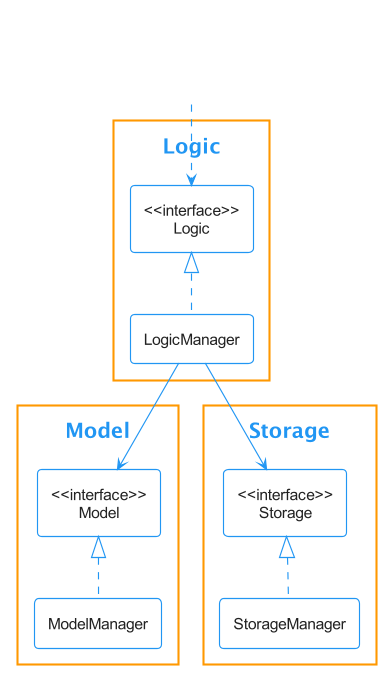
The PlantUML diagram docs/images/ComponentManagers.png in nus-cs2103-AY2122S2/tp, before a commit. The source it was exported from:
```plantuml
@startuml
!include style.puml

package Logic {
    class "<<interface>>\nLogic" as Logic
    class LogicManager
}

package Model {
    class "<<interface>>\nModel" as Model
    class ModelManager
}

package Storage {
    class "<<interface>>\nStorage" as Storage
    class StorageManager
}

class HiddenOutside<<Hidden>>
HiddenOutside ..> Logic

LogicManager .up.|> Logic
ModelManager .up.|> Model
StorageManager .up.|> Storage

LogicManager --> Model
LogicManager --> Storage
@enduml
```
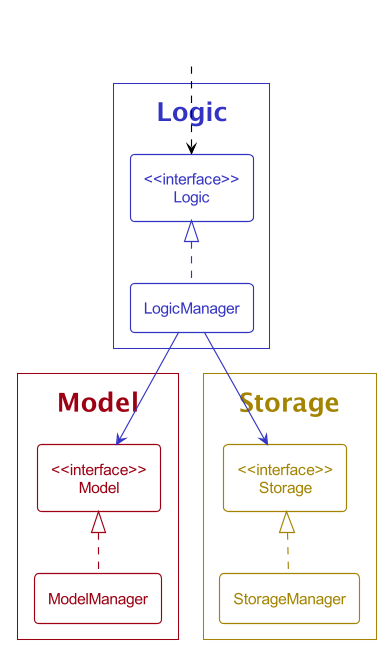
After the commit.

The edit, as a diff of the source:
```diff
@@ -1,28 +1,28 @@
 @startuml
-!include style.puml
+!include Style.puml
 
-package Logic {
-    class "<<interface>>\nLogic" as Logic
-    class LogicManager
+Package Logic as LogicPackage<<Logic>> {
+    class "<<interface>>\nLogic" as Logic<<Logic>>
+    class LogicManager<<Logic>>
 }
 
-package Model {
-    class "<<interface>>\nModel" as Model
-    class ModelManager
+Package Model as ModelPackage<<Model>> {
+    class "<<interface>>\nModel" as Model<<Model>>
+    class ModelManager<<Model>>
 }
 
-package Storage {
-    class "<<interface>>\nStorage" as Storage
-    class StorageManager
+Package Storage as StoragePack<<Store>> {
+    class "<<interface>>\nStorage" as Storage<<Storage>>
+    class StorageManager<<Storage>>
 }
 
 class HiddenOutside<<Hidden>>
 HiddenOutside ..> Logic
 
-LogicManager .up.|> Logic
-ModelManager .up.|> Model
-StorageManager .up.|> Storage
+LogicManager .up[LOGIC_COLOR].|> Logic
+ModelManager .up[MODEL_COLOR].|> Model
+StorageManager .up[STORAGE_COLOR].|> Storage
 
-LogicManager --> Model
-LogicManager --> Storage
+LogicManager -[LOGIC_COLOR]-> Model
+LogicManager -[LOGIC_COLOR]-> Storage
 @enduml
```
